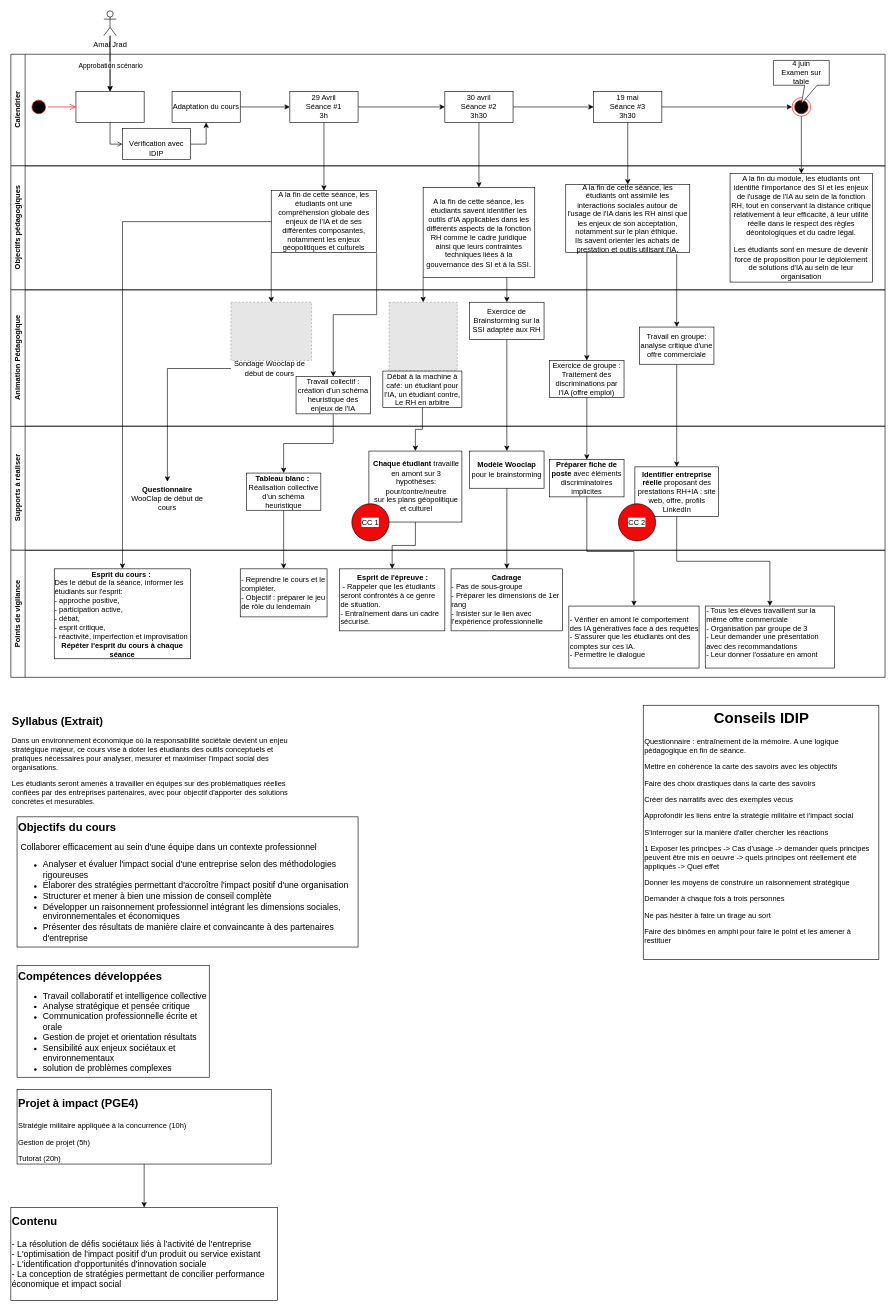
The draw.io diagram page "Parcours pédagogique" (2 of 5) of Cours de Stratégie.drawio in Fabrice-64/Drawings, before the edit. Source tidied: cells renumbered, new cells numbered last; positions are measured from the earlier drawing's top-left corner, leaving out a move shared by most shapes. Both pictures are drawn from the tidied source at 62%, with x=0, y=0 at pixel (11, 11). Pictures stored in the file or linked from it are replaced by grey dashed boxes.
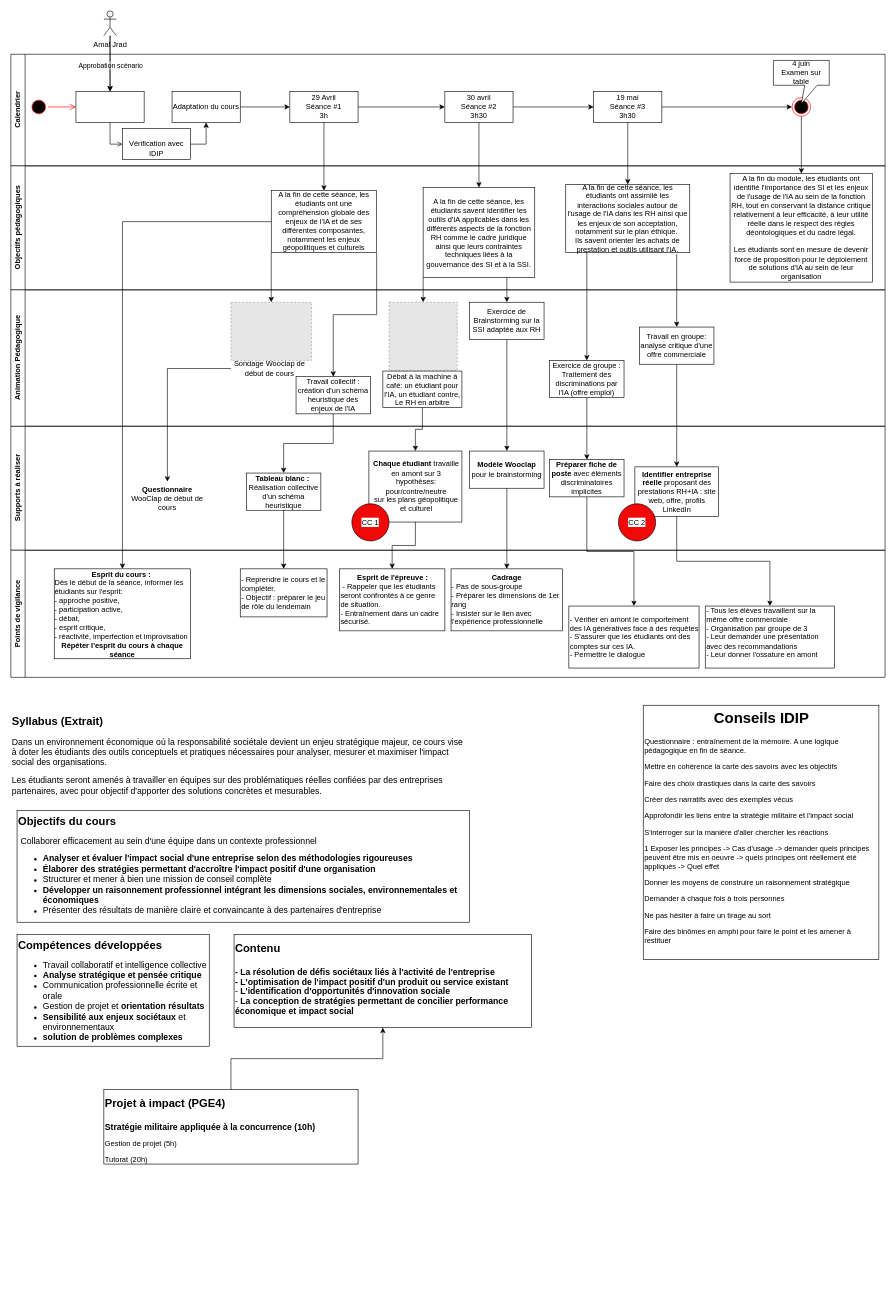
Above is the later version.

Commit message:
Identification des champs d'action du cours

What changed in the source:
```diff
@@
-    <mxCell id="76" value="&lt;b&gt;&lt;font style=&quot;font-size: 18px;&quot;&gt;Syllabus (Extrait)&lt;/font&gt;&lt;/b&gt;&lt;br&gt;&lt;p class=&quot;p2&quot;&gt;Dans un environnement économique où la responsabilité sociétale devient un enjeu stratégique majeur,&lt;span class=&quot;Apple-converted-space&quot;&gt;&amp;nbsp;&lt;/span&gt;&lt;span style=&quot;background-color: transparent; color: light-dark(rgb(0, 0, 0), rgb(255, 255, 255));&quot;&gt;ce cours vise à doter les étudiants des outils conceptuels et pratiques nécessaires&amp;nbsp;&lt;/span&gt;&lt;span style=&quot;background-color: transparent; color: light-dark(rgb(0, 0, 0), rgb(255, 255, 255));&quot;&gt;pour analyser, mesurer et maximiser l'impact social des organisations.&lt;/span&gt;&lt;span style=&quot;background-color: transparent; color: light-dark(rgb(0, 0, 0), rgb(255, 255, 255));&quot; class=&quot;Apple-converted-space&quot;&gt;&amp;nbsp;&lt;/span&gt;&lt;/p&gt;&lt;p class=&quot;p3&quot;&gt;&lt;span style=&quot;background-color: transparent; color: light-dark(rgb(0, 0, 0), rgb(255, 255, 255));&quot;&gt;Les étudiants seront amenés à travailler en équipes sur des problématiques réelles confiées par des entreprises partenaires, avec pour objectif d'apporter des solutions concrètes et mesurables&lt;/span&gt;&lt;span style=&quot;background-color: transparent; color: light-dark(rgb(0, 0, 0), rgb(255, 255, 255));&quot; class=&quot;s1&quot;&gt;.&lt;/span&gt;&lt;/p&gt;" style="text;whiteSpace=wrap;html=1;" parent="1" vertex="1">
-      <mxGeometry y="1130" width="450" height="150" as="geometry" />
+    <mxCell id="76" value="&lt;b&gt;&lt;font style=&quot;font-size: 18px;&quot;&gt;Syllabus (Extrait)&lt;/font&gt;&lt;/b&gt;&lt;br&gt;&lt;p class=&quot;p2&quot;&gt;&lt;font style=&quot;font-size: 14px;&quot;&gt;Dans un environnement économique où la responsabilité sociétale devient un enjeu stratégique majeur,&lt;span class=&quot;Apple-converted-space&quot;&gt;&amp;nbsp;&lt;/span&gt;&lt;span style=&quot;background-color: transparent; color: light-dark(rgb(0, 0, 0), rgb(255, 255, 255));&quot;&gt;ce cours vise à doter les étudiants des outils conceptuels et pratiques nécessaires&amp;nbsp;&lt;/span&gt;&lt;span style=&quot;background-color: transparent; color: light-dark(rgb(0, 0, 0), rgb(255, 255, 255));&quot;&gt;pour analyser, mesurer et maximiser l'impact social des organisations.&lt;/span&gt;&lt;span style=&quot;background-color: transparent; color: light-dark(rgb(0, 0, 0), rgb(255, 255, 255));&quot; class=&quot;Apple-converted-space&quot;&gt;&amp;nbsp;&lt;/span&gt;&lt;/font&gt;&lt;/p&gt;&lt;p class=&quot;p3&quot;&gt;&lt;font style=&quot;font-size: 14px;&quot;&gt;&lt;span style=&quot;background-color: transparent; color: light-dark(rgb(0, 0, 0), rgb(255, 255, 255));&quot;&gt;Les étudiants seront amenés à travailler en équipes sur des problématiques réelles confiées par des entreprises partenaires, avec pour objectif d'apporter des solutions concrètes et mesurables&lt;/span&gt;&lt;span style=&quot;background-color: transparent; color: light-dark(rgb(0, 0, 0), rgb(255, 255, 255));&quot; class=&quot;s1&quot;&gt;.&lt;/span&gt;&lt;/font&gt;&lt;/p&gt;" style="text;whiteSpace=wrap;html=1;" parent="1" vertex="1">
+      <mxGeometry y="1130" width="740" height="150" as="geometry" />
     </mxCell>
-    <mxCell id="77" value="&lt;b&gt;&lt;font style=&quot;font-size: 18px;&quot;&gt;Objectifs du cours&lt;/font&gt;&lt;/b&gt;&lt;br&gt;&lt;p class=&quot;p2&quot;&gt;&lt;font style=&quot;font-size: 14px;&quot;&gt;&lt;span class=&quot;s1&quot; style=&quot;&quot;&gt;&lt;span class=&quot;Apple-converted-space&quot; style=&quot;&quot;&gt;&amp;nbsp;&lt;/span&gt;&lt;/span&gt;&lt;font style=&quot;&quot;&gt;Collaborer efficacement au sein d'une équipe dans un contexte professionnel&lt;/font&gt;&lt;/font&gt;&lt;/p&gt;&lt;ul&gt;&lt;li class=&quot;p2&quot;&gt;&lt;font style=&quot;font-size: 14px;&quot;&gt;Analyser et évaluer l'impact social d'une entreprise selon des méthodologies rigoureuses&lt;/font&gt;&lt;/li&gt;&lt;li class=&quot;p2&quot;&gt;&lt;font style=&quot;font-size: 14px;&quot;&gt;Élaborer des stratégies permettant d'accroître l'impact positif d'une organisation&lt;/font&gt;&lt;/li&gt;&lt;li class=&quot;p2&quot;&gt;&lt;font style=&quot;font-size: 14px;&quot;&gt;Structurer et mener à bien une mission de conseil complète&lt;/font&gt;&lt;/li&gt;&lt;li class=&quot;p2&quot;&gt;&lt;font style=&quot;font-size: 14px;&quot;&gt;Développer un raisonnement professionnel intégrant les dimensions sociales, environnementales et économiques&lt;/font&gt;&lt;/li&gt;&lt;li class=&quot;p2&quot;&gt;&lt;font style=&quot;font-size: 14px;&quot;&gt;Présenter des résultats de manière claire et convaincante à des partenaires d'entreprise&lt;/font&gt;&lt;/li&gt;&lt;br&gt;&lt;/ul&gt;" style="text;whiteSpace=wrap;html=1;strokeColor=light-dark(#000000,#000000);" parent="1" vertex="1">
-      <mxGeometry x="10" y="1300" width="550" height="210" as="geometry" />
+    <mxCell id="77" value="&lt;b&gt;&lt;font style=&quot;font-size: 18px;&quot;&gt;Objectifs du cours&lt;/font&gt;&lt;/b&gt;&lt;br&gt;&lt;p class=&quot;p2&quot;&gt;&lt;font style=&quot;font-size: 14px;&quot;&gt;&lt;span class=&quot;s1&quot; style=&quot;&quot;&gt;&lt;span class=&quot;Apple-converted-space&quot; style=&quot;&quot;&gt;&amp;nbsp;&lt;/span&gt;&lt;/span&gt;&lt;font style=&quot;&quot;&gt;Collaborer efficacement au sein d'une équipe dans un contexte professionnel&lt;/font&gt;&lt;/font&gt;&lt;/p&gt;&lt;ul&gt;&lt;li class=&quot;p2&quot;&gt;&lt;font style=&quot;font-size: 14px;&quot;&gt;&lt;b&gt;Analyser et évaluer l'impact social d'une entreprise selon des méthodologies rigoureuses&lt;/b&gt;&lt;/font&gt;&lt;/li&gt;&lt;li class=&quot;p2&quot;&gt;&lt;font style=&quot;font-size: 14px;&quot;&gt;&lt;b&gt;Élaborer des stratégies permettant d'accroître l'impact positif d'une organisation&lt;/b&gt;&lt;/font&gt;&lt;/li&gt;&lt;li class=&quot;p2&quot;&gt;&lt;font style=&quot;font-size: 14px;&quot;&gt;Structurer et mener à bien une mission de conseil complète&lt;/font&gt;&lt;/li&gt;&lt;li class=&quot;p2&quot;&gt;&lt;font style=&quot;font-size: 14px;&quot;&gt;&lt;b&gt;Développer un raisonnement professionnel intégrant les dimensions sociales, environnementales et économiques&lt;/b&gt;&lt;/font&gt;&lt;/li&gt;&lt;li class=&quot;p2&quot;&gt;&lt;font style=&quot;font-size: 14px;&quot;&gt;Présenter des résultats de manière claire et convaincante à des partenaires d'entreprise&lt;/font&gt;&lt;/li&gt;&lt;br&gt;&lt;/ul&gt;" style="text;whiteSpace=wrap;html=1;strokeColor=light-dark(#000000,#000000);" parent="1" vertex="1">
+      <mxGeometry x="10" y="1290" width="730" height="180" as="geometry" />
     </mxCell>
-    <mxCell id="78" value="&lt;font style=&quot;font-size: 18px;&quot;&gt;&lt;b&gt;Compétences développées&lt;/b&gt;&lt;/font&gt;&lt;ul&gt;&lt;li&gt;&lt;font style=&quot;font-size: 14px;&quot;&gt;Travail collaboratif et intelligence collective&lt;/font&gt;&lt;/li&gt;&lt;li class=&quot;p2&quot;&gt;&lt;font style=&quot;font-size: 14px;&quot;&gt;Analyse stratégique et pensée critique&lt;/font&gt;&lt;/li&gt;&lt;li class=&quot;p2&quot;&gt;&lt;font style=&quot;font-size: 14px;&quot;&gt;Communication professionnelle écrite et orale&lt;/font&gt;&lt;/li&gt;&lt;li class=&quot;p2&quot;&gt;&lt;font style=&quot;font-size: 14px;&quot;&gt;Gestion de projet et orientation résultats&lt;/font&gt;&lt;/li&gt;&lt;li class=&quot;p2&quot;&gt;&lt;font style=&quot;font-size: 14px;&quot;&gt;Sensibilité aux enjeux sociétaux et environnementaux&lt;/font&gt;&lt;/li&gt;&lt;li class=&quot;p2&quot;&gt;&lt;font style=&quot;font-size: 14px;&quot;&gt;solution de problèmes complexes&lt;/font&gt;&lt;/li&gt;&lt;br&gt;&lt;br&gt;&lt;/ul&gt;" style="text;whiteSpace=wrap;html=1;strokeColor=light-dark(#000000,#000000);" parent="1" vertex="1">
-      <mxGeometry x="10" y="1540" width="310" height="180" as="geometry" />
+    <mxCell id="78" value="&lt;font style=&quot;font-size: 18px;&quot;&gt;&lt;b&gt;Compétences développées&lt;/b&gt;&lt;/font&gt;&lt;ul&gt;&lt;li&gt;&lt;font style=&quot;font-size: 14px;&quot;&gt;Travail collaboratif et intelligence collective&lt;/font&gt;&lt;/li&gt;&lt;li class=&quot;p2&quot;&gt;&lt;font style=&quot;font-size: 14px;&quot;&gt;&lt;b&gt;Analyse stratégique et pensée critique&lt;/b&gt;&lt;/font&gt;&lt;/li&gt;&lt;li class=&quot;p2&quot;&gt;&lt;font style=&quot;font-size: 14px;&quot;&gt;Communication professionnelle écrite et orale&lt;/font&gt;&lt;/li&gt;&lt;li class=&quot;p2&quot;&gt;&lt;font style=&quot;font-size: 14px;&quot;&gt;Gestion de projet et &lt;b&gt;orientation résultats&lt;/b&gt;&lt;/font&gt;&lt;/li&gt;&lt;li class=&quot;p2&quot;&gt;&lt;font style=&quot;font-size: 14px;&quot;&gt;&lt;b&gt;Sensibilité aux enjeux sociétaux&lt;/b&gt; et environnementaux&lt;/font&gt;&lt;/li&gt;&lt;li class=&quot;p2&quot;&gt;&lt;font style=&quot;font-size: 14px;&quot;&gt;&lt;b&gt;solution de problèmes complexes&lt;/b&gt;&lt;/font&gt;&lt;/li&gt;&lt;br&gt;&lt;br&gt;&lt;/ul&gt;" style="text;whiteSpace=wrap;html=1;strokeColor=light-dark(#000000,#000000);" parent="1" vertex="1">
+      <mxGeometry x="10" y="1490" width="310" height="180" as="geometry" />
     </mxCell>
@@
-    <mxCell id="80" value="&lt;h1 style=&quot;margin-top: 0px;&quot;&gt;&lt;font style=&quot;font-size: 18px;&quot;&gt;Projet à impact (PGE4)&lt;/font&gt;&lt;/h1&gt;&lt;p&gt;Stratégie militaire appliquée à la concurrence (10h)&lt;/p&gt;&lt;p&gt;Gestion de projet (5h)&lt;/p&gt;&lt;p&gt;Tutorat (20h)&lt;/p&gt;&lt;p&gt;&lt;br&gt;&lt;/p&gt;&lt;p&gt;&lt;br&gt;&lt;/p&gt;" style="text;html=1;whiteSpace=wrap;overflow=hidden;rounded=0;strokeColor=light-dark(#000000,#000000);" parent="1" vertex="1">
-      <mxGeometry x="10" y="1740" width="410" height="120" as="geometry" />
+    <mxCell id="80" value="&lt;h1 style=&quot;margin-top: 0px;&quot;&gt;&lt;font style=&quot;font-size: 18px;&quot;&gt;Projet à impact (PGE4)&lt;/font&gt;&lt;/h1&gt;&lt;p&gt;&lt;b&gt;&lt;font style=&quot;font-size: 14px;&quot;&gt;Stratégie militaire appliquée à la concurrence (10h)&lt;/font&gt;&lt;/b&gt;&lt;/p&gt;&lt;p&gt;Gestion de projet (5h)&lt;/p&gt;&lt;p&gt;Tutorat (20h)&lt;/p&gt;&lt;p&gt;&lt;br&gt;&lt;/p&gt;&lt;p&gt;&lt;br&gt;&lt;/p&gt;" style="text;html=1;whiteSpace=wrap;overflow=hidden;rounded=0;strokeColor=light-dark(#000000,#000000);" parent="1" vertex="1">
+      <mxGeometry x="150" y="1740" width="410" height="120" as="geometry" />
     </mxCell>
-    <mxCell id="81" value="&lt;h1 style=&quot;margin-top: 0px;&quot;&gt;&lt;font style=&quot;font-size: 18px;&quot;&gt;Contenu&lt;/font&gt;&lt;/h1&gt;&lt;p style=&quot;margin: 0px; font-variant-numeric: normal; font-variant-east-asian: normal; font-variant-alternates: normal; font-size-adjust: none; font-kerning: auto; font-optical-sizing: auto; font-feature-settings: normal; font-variation-settings: normal; font-variant-position: normal; font-variant-emoji: normal; font-stretch: normal; font-size: 14px; line-height: normal;&quot; class=&quot;p1&quot;&gt;- La résolution de défis sociétaux liés à l'activité de l'entreprise&lt;/p&gt;&lt;p style=&quot;margin: 0px; font-variant-numeric: normal; font-variant-east-asian: normal; font-variant-alternates: normal; font-size-adjust: none; font-kerning: auto; font-optical-sizing: auto; font-feature-settings: normal; font-variation-settings: normal; font-variant-position: normal; font-variant-emoji: normal; font-stretch: normal; font-size: 14px; line-height: normal;&quot; class=&quot;p1&quot;&gt;- L'optimisation de l'impact positif d'un produit ou service existant&lt;span class=&quot;Apple-converted-space&quot;&gt;&amp;nbsp;&lt;/span&gt;&lt;/p&gt;&lt;p style=&quot;margin: 0px; font-variant-numeric: normal; font-variant-east-asian: normal; font-variant-alternates: normal; font-size-adjust: none; font-kerning: auto; font-optical-sizing: auto; font-feature-settings: normal; font-variation-settings: normal; font-variant-position: normal; font-variant-emoji: normal; font-stretch: normal; font-size: 14px; line-height: normal;&quot; class=&quot;p1&quot;&gt;- L'identification d'opportunités d'innovation sociale&lt;/p&gt;&lt;p style=&quot;margin: 0px; font-variant-numeric: normal; font-variant-east-asian: normal; font-variant-alternates: normal; font-size-adjust: none; font-kerning: auto; font-optical-sizing: auto; font-feature-settings: normal; font-variation-settings: normal; font-variant-position: normal; font-variant-emoji: normal; font-stretch: normal; font-size: 14px; line-height: normal;&quot; class=&quot;p1&quot;&gt;- La conception de stratégies permettant de concilier performance économique et impact social&lt;/p&gt;&lt;p&gt;&lt;br&gt;&lt;/p&gt;" style="text;html=1;whiteSpace=wrap;overflow=hidden;rounded=0;strokeColor=light-dark(#000000,#000000);" parent="1" vertex="1">
-      <mxGeometry y="1930" width="430" height="150" as="geometry" />
+    <mxCell id="81" value="&lt;h1 style=&quot;margin-top: 0px;&quot;&gt;&lt;font style=&quot;font-size: 18px;&quot;&gt;Contenu&lt;/font&gt;&lt;/h1&gt;&lt;p style=&quot;margin: 0px; font-variant-numeric: normal; font-variant-east-asian: normal; font-variant-alternates: normal; font-size-adjust: none; font-kerning: auto; font-optical-sizing: auto; font-feature-settings: normal; font-variation-settings: normal; font-variant-position: normal; font-variant-emoji: normal; font-stretch: normal; font-size: 14px; line-height: normal;&quot; class=&quot;p1&quot;&gt;&lt;b&gt;- La résolution de défis sociétaux liés à l'activité de l'entreprise&lt;/b&gt;&lt;/p&gt;&lt;p style=&quot;margin: 0px; font-variant-numeric: normal; font-variant-east-asian: normal; font-variant-alternates: normal; font-size-adjust: none; font-kerning: auto; font-optical-sizing: auto; font-feature-settings: normal; font-variation-settings: normal; font-variant-position: normal; font-variant-emoji: normal; font-stretch: normal; font-size: 14px; line-height: normal;&quot; class=&quot;p1&quot;&gt;&lt;b&gt;- L'optimisation de l'impact positif d'un produit ou service existant&lt;span class=&quot;Apple-converted-space&quot;&gt;&amp;nbsp;&lt;/span&gt;&lt;/b&gt;&lt;/p&gt;&lt;p style=&quot;margin: 0px; font-variant-numeric: normal; font-variant-east-asian: normal; font-variant-alternates: normal; font-size-adjust: none; font-kerning: auto; font-optical-sizing: auto; font-feature-settings: normal; font-variation-settings: normal; font-variant-position: normal; font-variant-emoji: normal; font-stretch: normal; font-size: 14px; line-height: normal;&quot; class=&quot;p1&quot;&gt;-&lt;b&gt; L'identification d'opportunités d'innovation sociale&lt;/b&gt;&lt;/p&gt;&lt;p style=&quot;margin: 0px; font-variant-numeric: normal; font-variant-east-asian: normal; font-variant-alternates: normal; font-size-adjust: none; font-kerning: auto; font-optical-sizing: auto; font-feature-settings: normal; font-variation-settings: normal; font-variant-position: normal; font-variant-emoji: normal; font-stretch: normal; font-size: 14px; line-height: normal;&quot; class=&quot;p1&quot;&gt;- &lt;b&gt;La conception de stratégies permettant de concilier performance économique et impact social&lt;/b&gt;&lt;/p&gt;&lt;p&gt;&lt;br&gt;&lt;/p&gt;" style="text;html=1;whiteSpace=wrap;overflow=hidden;rounded=0;strokeColor=light-dark(#000000,#000000);" parent="1" vertex="1">
+      <mxGeometry x="360" y="1490" width="480" height="150" as="geometry" />
     </mxCell>
```
